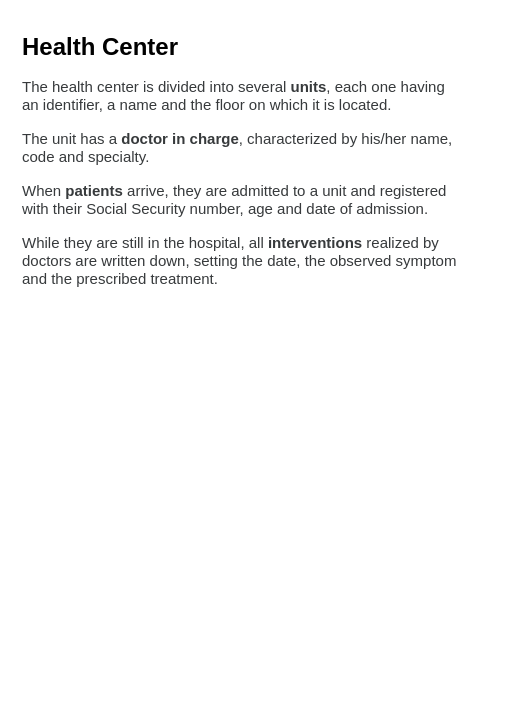
Earlier version of the draw.io diagram Health_Center.drawio (Queeen520/DATABASE_PLANNING). Source tidied: cells renumbered, new cells numbered last; positions are measured from the earlier drawing's top-left corner, leaving out a move shared by most shapes. Both pictures are drawn from the tidied source at 100%, with x=0, y=0 at pixel (17, 27).
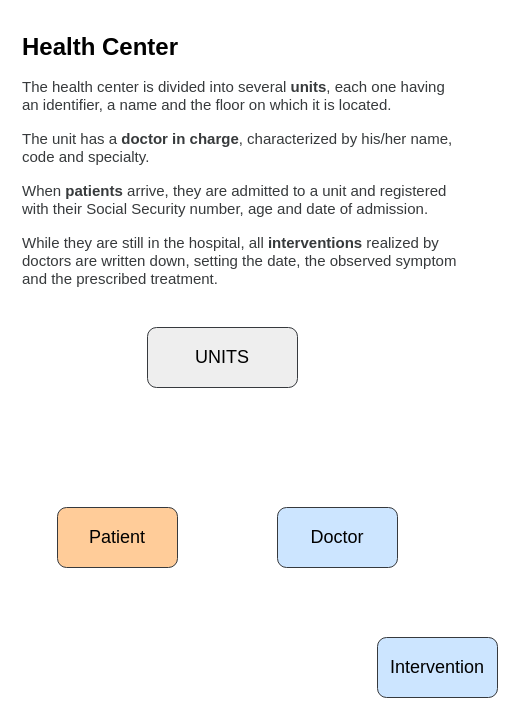
After the change.

The edit, as a diff of the source:
```diff
@@
 <mxGraphModel>
   <root>
     <mxCell id="0" />
     <mxCell id="1" parent="0" />
     <mxCell id="2" value="&lt;h1&gt;Health Center&lt;/h1&gt;&lt;div&gt;&lt;p dir=&quot;ltr&quot; style=&quot;box-sizing: border-box ; margin-top: 0px ; margin-bottom: 1rem ; color: rgb(55 , 58 , 60) ; font-family: , &amp;#34;blinkmacsystemfont&amp;#34; , &amp;#34;segoe ui&amp;#34; , &amp;#34;roboto&amp;#34; , &amp;#34;helvetica neue&amp;#34; , &amp;#34;arial&amp;#34; , sans-serif , &amp;#34;apple color emoji&amp;#34; , &amp;#34;segoe ui emoji&amp;#34; , &amp;#34;segoe ui symbol&amp;#34; ; font-size: 15px ; font-weight: 700 ; background-color: rgb(255 , 255 , 255)&quot;&gt;&lt;span style=&quot;box-sizing: border-box ; font-weight: normal&quot;&gt;The health center is divided into several&amp;nbsp;&lt;/span&gt;units&lt;span style=&quot;box-sizing: border-box ; font-weight: normal&quot;&gt;, each one having an identifier, a name and the floor on which it is located.&lt;/span&gt;&lt;/p&gt;&lt;p dir=&quot;ltr&quot; style=&quot;box-sizing: border-box ; margin-top: 0px ; margin-bottom: 1rem ; color: rgb(55 , 58 , 60) ; font-family: , &amp;#34;blinkmacsystemfont&amp;#34; , &amp;#34;segoe ui&amp;#34; , &amp;#34;roboto&amp;#34; , &amp;#34;helvetica neue&amp;#34; , &amp;#34;arial&amp;#34; , sans-serif , &amp;#34;apple color emoji&amp;#34; , &amp;#34;segoe ui emoji&amp;#34; , &amp;#34;segoe ui symbol&amp;#34; ; font-size: 15px ; font-weight: 700 ; background-color: rgb(255 , 255 , 255)&quot;&gt;&lt;span style=&quot;box-sizing: border-box ; font-weight: normal&quot;&gt;The unit has a&amp;nbsp;&lt;/span&gt;doctor in charge&lt;span style=&quot;box-sizing: border-box ; font-weight: normal&quot;&gt;, characterized by his/her name, code and specialty.&amp;nbsp;&lt;/span&gt;&lt;/p&gt;&lt;p dir=&quot;ltr&quot; id=&quot;yui_3_17_2_1_1667224363466_20&quot; style=&quot;box-sizing: border-box ; margin-top: 0px ; margin-bottom: 1rem ; color: rgb(55 , 58 , 60) ; font-family: , &amp;#34;blinkmacsystemfont&amp;#34; , &amp;#34;segoe ui&amp;#34; , &amp;#34;roboto&amp;#34; , &amp;#34;helvetica neue&amp;#34; , &amp;#34;arial&amp;#34; , sans-serif , &amp;#34;apple color emoji&amp;#34; , &amp;#34;segoe ui emoji&amp;#34; , &amp;#34;segoe ui symbol&amp;#34; ; font-size: 15px ; font-weight: 700 ; background-color: rgb(255 , 255 , 255)&quot;&gt;&lt;span style=&quot;box-sizing: border-box ; font-weight: normal&quot;&gt;When&amp;nbsp;&lt;/span&gt;patients&lt;span id=&quot;yui_3_17_2_1_1667224363466_19&quot; style=&quot;box-sizing: border-box ; font-weight: normal&quot;&gt;&amp;nbsp;arrive, they are admitted to a unit and registered with their Social Security number, age and date of admission.&amp;nbsp;&lt;/span&gt;&lt;/p&gt;&lt;p dir=&quot;ltr&quot; style=&quot;box-sizing: border-box ; margin-top: 0px ; margin-bottom: 1rem ; color: rgb(55 , 58 , 60) ; font-family: , &amp;#34;blinkmacsystemfont&amp;#34; , &amp;#34;segoe ui&amp;#34; , &amp;#34;roboto&amp;#34; , &amp;#34;helvetica neue&amp;#34; , &amp;#34;arial&amp;#34; , sans-serif , &amp;#34;apple color emoji&amp;#34; , &amp;#34;segoe ui emoji&amp;#34; , &amp;#34;segoe ui symbol&amp;#34; ; font-size: 15px ; font-weight: 700 ; background-color: rgb(255 , 255 , 255)&quot;&gt;&lt;span style=&quot;box-sizing: border-box ; font-weight: normal&quot;&gt;While they are still in the hospital, all&amp;nbsp;&lt;/span&gt;interventions&amp;nbsp;&lt;span style=&quot;box-sizing: border-box ; font-weight: normal&quot;&gt;realized by doctors are written down, setting the date, the observed symptom and the prescribed treatment.&lt;/span&gt;&lt;/p&gt;&lt;/div&gt;" style="text;html=1;strokeColor=none;fillColor=none;spacing=5;spacingTop=-20;whiteSpace=wrap;overflow=hidden;rounded=0;" parent="1" vertex="1">
       <mxGeometry width="450" height="260" as="geometry" />
     </mxCell>
+    <mxCell id="3" value="&lt;font color=&quot;#000000&quot; style=&quot;font-size: 18px&quot;&gt;UNITS&lt;/font&gt;" style="rounded=1;whiteSpace=wrap;html=1;fillColor=#eeeeee;strokeColor=#36393d;" parent="1" vertex="1">
+      <mxGeometry x="130" y="300" width="150" height="60" as="geometry" />
+    </mxCell>
+    <mxCell id="4" value="&lt;font color=&quot;#000000&quot;&gt;Doctor&lt;/font&gt;" style="rounded=1;whiteSpace=wrap;html=1;fontSize=18;fillColor=#cce5ff;strokeColor=#36393d;" parent="1" vertex="1">
+      <mxGeometry x="260" y="480" width="120" height="60" as="geometry" />
+    </mxCell>
+    <mxCell id="5" value="&lt;font color=&quot;#000000&quot;&gt;Patient&lt;/font&gt;" style="rounded=1;whiteSpace=wrap;html=1;fontSize=18;fillColor=#ffcc99;strokeColor=#36393d;" parent="1" vertex="1">
+      <mxGeometry x="40" y="480" width="120" height="60" as="geometry" />
+    </mxCell>
+    <mxCell id="6" value="&lt;font color=&quot;#000000&quot;&gt;Intervention&lt;/font&gt;" style="rounded=1;whiteSpace=wrap;html=1;fontSize=18;fillColor=#cce5ff;strokeColor=#36393d;" parent="1" vertex="1">
+      <mxGeometry x="360" y="610" width="120" height="60" as="geometry" />
+    </mxCell>
   </root>
 </mxGraphModel>
```
